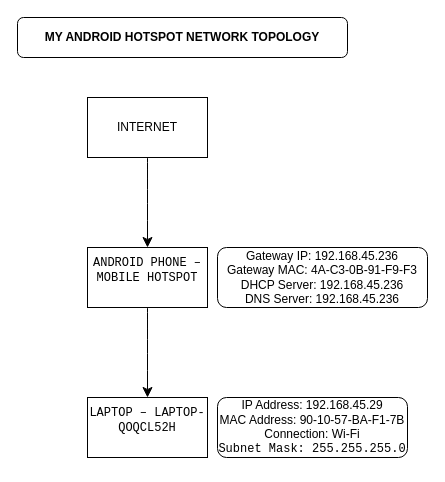
Rukundo-elie/Other-projects- keeps this draw.io diagram as diagrams/Untitled Diagram.drawio. Above is the earlier version. Source tidied: cells renumbered, new cells numbered last; positions are measured from the earlier drawing's top-left corner, leaving out a move shared by most shapes. Both pictures are drawn from the tidied source at 100%, with x=0, y=0 at pixel (17, 17).
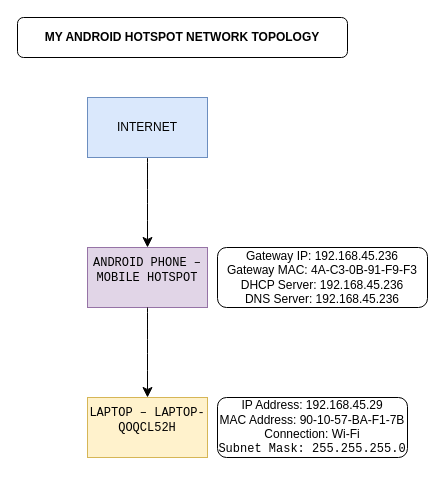
The same page after the edit.

Commit message:
changed color of the devices

Change to the diagram source:
```diff
@@
 <mxGraphModel>
   <root>
     <mxCell id="0" />
     <mxCell id="1" parent="0" />
     <mxCell id="2" style="edgeStyle=none;curved=1;rounded=0;curveGeometry=1;jettySize=auto;html=1;fontSize=12;defaultLabelBackgroundColor=page;labelPadding=0 4;startSize=8;endSize=8;entryX=0.5;entryY=0;entryDx=0;entryDy=0;" parent="1" edge="1" source="3" target="4">
       <mxGeometry relative="1" as="geometry" />
     </mxCell>
-    <mxCell id="3" value="INTERNET" style="rounded=0;whiteSpace=wrap;html=1;" parent="1" vertex="1">
+    <mxCell id="3" value="INTERNET" style="rounded=0;whiteSpace=wrap;html=1;fillColor=#dae8fc;strokeColor=#6c8ebf;" parent="1" vertex="1">
       <mxGeometry x="70" y="80" width="120" height="60" as="geometry" />
     </mxCell>
-    <mxCell id="4" value="&#10;&lt;code&gt;ANDROID PHONE – MOBILE HOTSPOT&lt;/code&gt;&#10;&#10;" style="rounded=0;whiteSpace=wrap;html=1;" parent="1" vertex="1">
+    <mxCell id="4" value="&#10;&lt;code&gt;ANDROID PHONE – MOBILE HOTSPOT&lt;/code&gt;&#10;&#10;" style="rounded=0;whiteSpace=wrap;html=1;fillColor=#e1d5e7;strokeColor=#9673a6;" parent="1" vertex="1">
       <mxGeometry x="70" y="230" width="120" height="60" as="geometry" />
     </mxCell>
-    <mxCell id="5" value="&#10;&lt;code&gt;LAPTOP – LAPTOP-QOQCL52H&lt;/code&gt;&#10;&#10;" style="rounded=0;whiteSpace=wrap;html=1;" parent="1" vertex="1">
+    <mxCell id="5" value="&#10;&lt;code&gt;LAPTOP – LAPTOP-QOQCL52H&lt;/code&gt;&#10;&#10;" style="rounded=0;whiteSpace=wrap;html=1;fillColor=#fff2cc;strokeColor=#d6b656;" parent="1" vertex="1">
       <mxGeometry x="70" y="380" width="120" height="60" as="geometry" />
     </mxCell>
     <mxCell id="6" style="edgeStyle=none;curved=1;rounded=0;curveGeometry=1;jettySize=auto;html=1;fontSize=12;defaultLabelBackgroundColor=page;labelPadding=0 4;startSize=8;endSize=8;entryX=0.5;entryY=0;entryDx=0;entryDy=0;" parent="1" edge="1" source="4" target="5">
       <mxGeometry relative="1" as="geometry" />
     </mxCell>
     <mxCell id="7" value="&lt;div&gt;IP Address: 192.168.45.29&lt;/div&gt;&lt;div&gt;MAC Address: 90-10-57-BA-F1-7B&lt;/div&gt;&lt;div&gt;Connection: Wi-Fi&lt;/div&gt;&lt;div&gt;&lt;code&gt;Subnet Mask: 255.255.255.0&lt;/code&gt;&lt;/div&gt;" style="rounded=1;whiteSpace=wrap;html=1;roundedPerimeter=1;" parent="1" vertex="1">
       <mxGeometry x="200" y="380" width="190" height="60" as="geometry" />
     </mxCell>
     <mxCell id="8" value="&lt;div&gt;Gateway IP: 192.168.45.236&lt;/div&gt;&lt;div&gt;Gateway MAC: 4A-C3-0B-91-F9-F3&lt;/div&gt;&lt;div&gt;DHCP Server: 192.168.45.236&lt;/div&gt;&lt;div&gt;DNS Server: 192.168.45.236&lt;/div&gt;" style="rounded=1;whiteSpace=wrap;html=1;roundedPerimeter=1;" parent="1" vertex="1">
       <mxGeometry x="200" y="230" width="210" height="60" as="geometry" />
     </mxCell>
     <mxCell id="9" value="&lt;strong&gt;MY ANDROID HOTSPOT NETWORK TOPOLOGY&lt;/strong&gt;" style="rounded=1;whiteSpace=wrap;html=1;roundedPerimeter=1;" parent="1" vertex="1">
       <mxGeometry width="330" height="40" as="geometry" />
     </mxCell>
   </root>
 </mxGraphModel>
```
